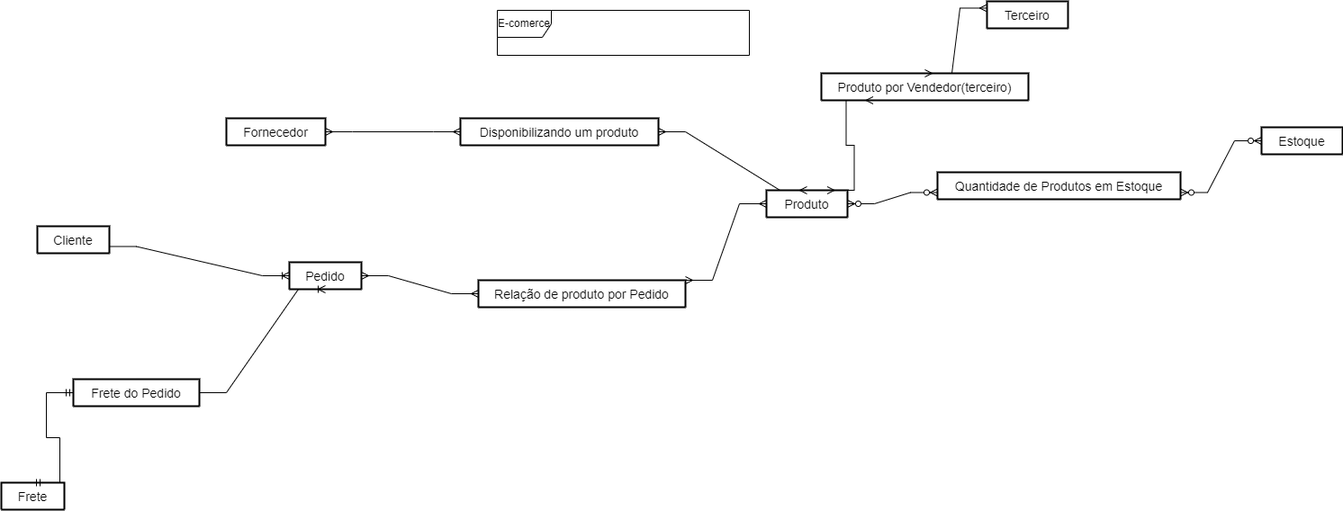
The draw.io diagram Diagrama sem nome.drawio.png in ruanDuarteDC/Modelos_de_BD, before a commit. Source tidied: cells renumbered, new cells last; positions are measured from the earlier drawing's top-left corner, leaving out a move shared by most shapes.
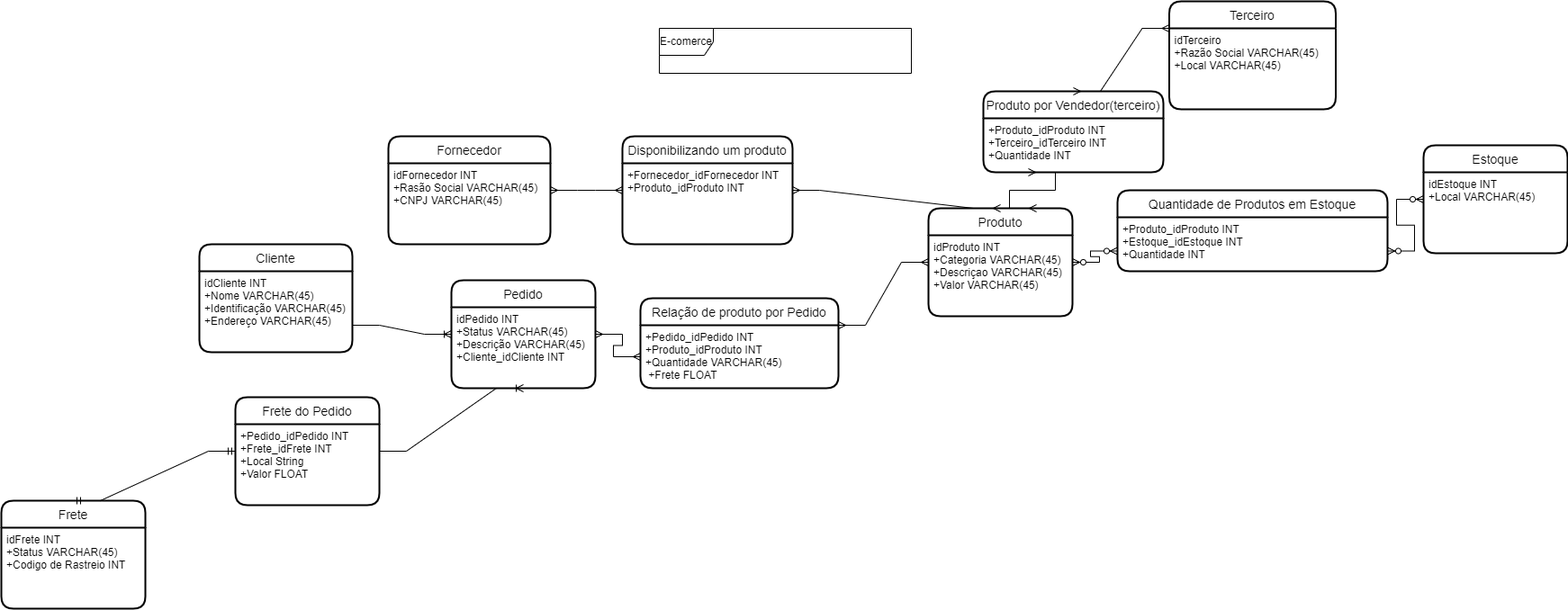
Later version of the same file.

What changed in the source:
```diff
@@ -5,27 +5,48 @@
     <mxCell id="2" value="E-comerce" style="shape=umlFrame;whiteSpace=wrap;html=1;" parent="1" vertex="1">
       <mxGeometry x="551" y="10" width="280" height="50" as="geometry" />
     </mxCell>
-    <mxCell id="3" value="Cliente" style="swimlane;horizontal=1;startSize=30;rounded=1;fontSize=14;fontStyle=0;strokeWidth=2;shadow=0;dashed=0;align=center;" parent="1" vertex="1" collapsed="1">
-      <mxGeometry x="40" y="250" width="80" height="30" as="geometry" />
+    <mxCell id="3" value="Cliente" style="swimlane;horizontal=1;startSize=30;rounded=1;fontSize=14;fontStyle=0;strokeWidth=2;shadow=0;dashed=0;align=center;" parent="1" vertex="1">
+      <mxGeometry x="40" y="250" width="170" height="120" as="geometry" />
     </mxCell>
+    <mxCell id="23" value="idCliente INT&#10;+Nome VARCHAR(45)&#10;+Identificação VARCHAR(45)&#10;+Endereço VARCHAR(45)" style="align=left;strokeColor=none;fillColor=none;spacingLeft=4;fontSize=12;verticalAlign=top;" parent="3" vertex="1">
+      <mxGeometry y="30" width="170" height="90" as="geometry" />
+    </mxCell>
-    <mxCell id="4" value="Pedido" style="swimlane;horizontal=1;startSize=30;rounded=1;fontSize=14;fontStyle=0;strokeWidth=2;shadow=0;dashed=0;align=center;" parent="1" vertex="1" collapsed="1">
-      <mxGeometry x="320" y="290" width="80" height="30" as="geometry" />
+    <mxCell id="4" value="Pedido" style="swimlane;horizontal=1;startSize=30;rounded=1;fontSize=14;fontStyle=0;strokeWidth=2;shadow=0;dashed=0;align=center;" parent="1" vertex="1">
+      <mxGeometry x="320" y="290" width="160" height="120" as="geometry" />
     </mxCell>
+    <mxCell id="24" value="idPedido INT&#10;+Status VARCHAR(45)&#10;+Descrição VARCHAR(45)&#10;+Cliente_idCliente INT&#10;" style="align=left;strokeColor=none;fillColor=none;spacingLeft=4;fontSize=12;verticalAlign=top;" parent="4" vertex="1">
+      <mxGeometry y="30" width="160" height="90" as="geometry" />
+    </mxCell>
-    <mxCell id="5" value="Produto" style="swimlane;horizontal=1;startSize=30;rounded=1;fontSize=14;fontStyle=0;strokeWidth=2;shadow=0;dashed=0;align=center;" parent="1" vertex="1" collapsed="1">
-      <mxGeometry x="850" y="210" width="90" height="30" as="geometry" />
+    <mxCell id="5" value="Produto" style="swimlane;horizontal=1;startSize=30;rounded=1;fontSize=14;fontStyle=0;strokeWidth=2;shadow=0;dashed=0;align=center;" parent="1" vertex="1">
+      <mxGeometry x="850" y="210" width="160" height="120" as="geometry" />
     </mxCell>
+    <mxCell id="25" value="idProduto INT&#10;+Categoria VARCHAR(45)&#10;+Descriçao VARCHAR(45)&#10;+Valor VARCHAR(45)" style="align=left;strokeColor=none;fillColor=none;spacingLeft=4;fontSize=12;verticalAlign=top;" parent="5" vertex="1">
+      <mxGeometry y="30" width="160" height="90" as="geometry" />
+    </mxCell>
-    <mxCell id="6" value="Fornecedor" style="swimlane;horizontal=1;startSize=30;rounded=1;fontSize=14;fontStyle=0;strokeWidth=2;shadow=0;dashed=0;align=center;" parent="1" vertex="1" collapsed="1">
-      <mxGeometry x="250" y="130" width="110" height="30" as="geometry" />
+    <mxCell id="6" value="Fornecedor" style="swimlane;horizontal=1;startSize=30;rounded=1;fontSize=14;fontStyle=0;strokeWidth=2;shadow=0;dashed=0;align=center;" parent="1" vertex="1">
+      <mxGeometry x="250" y="130" width="180" height="120" as="geometry" />
     </mxCell>
+    <mxCell id="26" value="idFornecedor INT&#10;+Rasão Social VARCHAR(45)&#10;+CNPJ VARCHAR(45)" style="align=left;strokeColor=none;fillColor=none;spacingLeft=4;fontSize=12;verticalAlign=top;" parent="6" vertex="1">
+      <mxGeometry y="30" width="180" height="90" as="geometry" />
+    </mxCell>
-    <mxCell id="7" value="Disponibilizando um produto" style="swimlane;horizontal=1;startSize=30;rounded=1;fontSize=14;fontStyle=0;strokeWidth=2;shadow=0;dashed=0;align=center;" parent="1" vertex="1" collapsed="1">
-      <mxGeometry x="510" y="130" width="220" height="30" as="geometry" />
+    <mxCell id="7" value="Disponibilizando um produto" style="swimlane;horizontal=1;startSize=30;rounded=1;fontSize=14;fontStyle=0;strokeWidth=2;shadow=0;dashed=0;align=center;" parent="1" vertex="1">
+      <mxGeometry x="510" y="130" width="189" height="120" as="geometry" />
     </mxCell>
+    <mxCell id="27" value="+Fornecedor_idFornecedor INT&#10;+Produto_idProduto INT" style="align=left;strokeColor=none;fillColor=none;spacingLeft=4;fontSize=12;verticalAlign=top;" parent="7" vertex="1">
+      <mxGeometry y="30" width="189" height="90" as="geometry" />
+    </mxCell>
-    <mxCell id="8" value="Estoque" style="swimlane;horizontal=1;startSize=30;rounded=1;fontSize=14;fontStyle=0;strokeWidth=2;shadow=0;dashed=0;align=center;" parent="1" vertex="1" collapsed="1">
-      <mxGeometry x="1400" y="140" width="90" height="30" as="geometry" />
+    <mxCell id="8" value="Estoque" style="swimlane;horizontal=1;startSize=30;rounded=1;fontSize=14;fontStyle=0;strokeWidth=2;shadow=0;dashed=0;align=center;" parent="1" vertex="1">
+      <mxGeometry x="1400" y="140" width="160" height="120" as="geometry" />
     </mxCell>
+    <mxCell id="28" value="idEstoque INT&#10;+Local VARCHAR(45)" style="align=left;strokeColor=none;fillColor=none;spacingLeft=4;fontSize=12;verticalAlign=top;" parent="8" vertex="1">
+      <mxGeometry y="30" width="160" height="90" as="geometry" />
+    </mxCell>
-    <mxCell id="9" value="Quantidade de Produtos em Estoque" style="swimlane;horizontal=1;startSize=30;rounded=1;fontSize=14;fontStyle=0;strokeWidth=2;shadow=0;dashed=0;align=center;" parent="1" vertex="1" collapsed="1">
-      <mxGeometry x="1040" y="190" width="270" height="30" as="geometry" />
+    <mxCell id="9" value="Quantidade de Produtos em Estoque" style="swimlane;horizontal=1;startSize=30;rounded=1;fontSize=14;fontStyle=0;strokeWidth=2;shadow=0;dashed=0;align=center;" parent="1" vertex="1">
+      <mxGeometry x="1060" y="190" width="300" height="90" as="geometry" />
     </mxCell>
+    <mxCell id="29" value="+Produto_idProduto INT&#10;+Estoque_idEstoque INT&#10;+Quantidade INT" style="align=left;strokeColor=none;fillColor=none;spacingLeft=4;fontSize=12;verticalAlign=top;" parent="9" vertex="1">
+      <mxGeometry y="30" width="300" height="60" as="geometry" />
+    </mxCell>
     <mxCell id="10" style="edgeStyle=entityRelationEdgeStyle;fontSize=12;html=1;endArrow=ERzeroToMany;endFill=1;startArrow=ERzeroToMany;rounded=0;entryX=0;entryY=0.75;entryDx=0;entryDy=0;" parent="1" edge="1" source="5" target="9">
       <mxGeometry relative="1" as="geometry" />
     </mxCell>
@@ -41,24 +62,48 @@
     <mxCell id="14" style="edgeStyle=entityRelationEdgeStyle;fontSize=12;html=1;endArrow=ERmany;startArrow=ERmany;rounded=0;entryX=0.5;entryY=0;entryDx=0;entryDy=0;exitX=1;exitY=0.5;exitDx=0;exitDy=0;" parent="1" edge="1" source="7" target="5">
       <mxGeometry relative="1" as="geometry" />
     </mxCell>
+    <mxCell id="30" style="edgeStyle=entityRelationEdgeStyle;fontSize=12;html=1;endArrow=ERmany;startArrow=ERmany;rounded=0;" parent="1" edge="1" source="4" target="31">
+      <mxGeometry relative="1" as="geometry" />
+    </mxCell>
-    <mxCell id="15" value="Relação de produto por Pedido" style="swimlane;horizontal=1;startSize=30;rounded=1;fontSize=14;fontStyle=0;strokeWidth=2;shadow=0;dashed=0;align=center;" parent="1" vertex="1" collapsed="1">
-      <mxGeometry x="530" y="310" width="230" height="30" as="geometry" />
+    <mxCell id="15" value="Relação de produto por Pedido" style="swimlane;horizontal=1;startSize=30;rounded=1;fontSize=14;fontStyle=0;strokeWidth=2;shadow=0;dashed=0;align=center;" parent="1" vertex="1">
+      <mxGeometry x="530" y="310" width="220" height="100" as="geometry" />
     </mxCell>
+    <mxCell id="31" value="+Pedido_idPedido INT&#10;+Produto_idProduto INT&#10;+Quantidade VARCHAR(45)&#10; +Frete FLOAT" style="align=left;strokeColor=none;fillColor=none;spacingLeft=4;fontSize=12;verticalAlign=top;" parent="15" vertex="1">
+      <mxGeometry y="30" width="220" height="70" as="geometry" />
+    </mxCell>
+    <mxCell id="32" style="edgeStyle=entityRelationEdgeStyle;fontSize=12;html=1;endArrow=ERmany;startArrow=ERmany;rounded=0;entryX=0;entryY=0.5;entryDx=0;entryDy=0;exitX=1;exitY=0;exitDx=0;exitDy=0;" parent="1" edge="1" source="31" target="5">
+      <mxGeometry relative="1" as="geometry" />
+    </mxCell>
-    <mxCell id="16" value="Terceiro" style="swimlane;horizontal=1;startSize=30;rounded=1;fontSize=14;fontStyle=0;strokeWidth=2;shadow=0;dashed=0;align=center;" parent="1" vertex="1" collapsed="1">
-      <mxGeometry x="1095" width="90" height="30" as="geometry" />
+    <mxCell id="16" value="Terceiro" style="swimlane;horizontal=1;startSize=30;rounded=1;fontSize=14;fontStyle=0;strokeWidth=2;shadow=0;dashed=0;align=center;" parent="1" vertex="1">
+      <mxGeometry x="1117.5" y="-20" width="185" height="120" as="geometry" />
     </mxCell>
+    <mxCell id="33" value="idTerceiro &#10;+Razão Social VARCHAR(45)&#10;+Local VARCHAR(45)" style="align=left;strokeColor=none;fillColor=none;spacingLeft=4;fontSize=12;verticalAlign=top;" parent="16" vertex="1">
+      <mxGeometry y="30" width="185" height="90" as="geometry" />
+    </mxCell>
-    <mxCell id="17" value="Produto por Vendedor(terceiro)" style="swimlane;horizontal=1;startSize=30;rounded=1;fontSize=14;fontStyle=0;strokeWidth=2;shadow=0;dashed=0;align=center;" parent="1" vertex="1" collapsed="1">
-      <mxGeometry x="911" y="80" width="230" height="30" as="geometry" />
+    <mxCell id="17" value="Produto por Vendedor(terceiro)" style="swimlane;horizontal=1;startSize=30;rounded=1;fontSize=14;fontStyle=0;strokeWidth=2;shadow=0;dashed=0;align=center;" parent="1" vertex="1">
+      <mxGeometry x="911" y="80" width="200" height="90" as="geometry" />
     </mxCell>
+    <mxCell id="34" value="+Produto_idProduto INT&#10;+Terceiro_idTerceiro INT&#10;+Quantidade INT" style="align=left;strokeColor=none;fillColor=none;spacingLeft=4;fontSize=12;verticalAlign=top;" parent="17" vertex="1">
+      <mxGeometry y="30" width="200" height="60" as="geometry" />
+    </mxCell>
+    <mxCell id="35" style="edgeStyle=entityRelationEdgeStyle;fontSize=12;html=1;endArrow=ERmany;startArrow=ERmany;rounded=0;entryX=0.25;entryY=1;entryDx=0;entryDy=0;exitX=0.75;exitY=0;exitDx=0;exitDy=0;" parent="1" edge="1" source="5" target="34">
+      <mxGeometry relative="1" as="geometry" />
+    </mxCell>
     <mxCell id="18" style="edgeStyle=entityRelationEdgeStyle;fontSize=12;html=1;endArrow=ERmany;startArrow=ERmany;rounded=0;entryX=0;entryY=0.25;entryDx=0;entryDy=0;exitX=0.5;exitY=0;exitDx=0;exitDy=0;" parent="1" edge="1" source="17" target="16">
       <mxGeometry relative="1" as="geometry" />
     </mxCell>
-    <mxCell id="19" value="Frete" style="swimlane;horizontal=1;startSize=30;rounded=1;fontSize=14;fontStyle=0;strokeWidth=2;shadow=0;dashed=0;align=center;" parent="1" vertex="1" collapsed="1">
-      <mxGeometry y="535" width="70" height="30" as="geometry" />
+    <mxCell id="19" value="Frete" style="swimlane;horizontal=1;startSize=30;rounded=1;fontSize=14;fontStyle=0;strokeWidth=2;shadow=0;dashed=0;align=center;" parent="1" vertex="1">
+      <mxGeometry x="-180" y="535" width="160" height="120" as="geometry" />
     </mxCell>
+    <mxCell id="36" value="idFrete INT&#10;+Status VARCHAR(45)&#10;+Codigo de Rastreio INT" style="align=left;strokeColor=none;fillColor=none;spacingLeft=4;fontSize=12;verticalAlign=top;" parent="19" vertex="1">
+      <mxGeometry y="30" width="160" height="90" as="geometry" />
+    </mxCell>
-    <mxCell id="20" value="Frete do Pedido" style="swimlane;horizontal=1;startSize=30;rounded=1;fontSize=14;fontStyle=0;strokeWidth=2;shadow=0;dashed=0;align=center;" parent="1" vertex="1" collapsed="1">
-      <mxGeometry x="80" y="420" width="140" height="30" as="geometry" />
+    <mxCell id="20" value="Frete do Pedido" style="swimlane;horizontal=1;startSize=30;rounded=1;fontSize=14;fontStyle=0;strokeWidth=2;shadow=0;dashed=0;align=center;" parent="1" vertex="1">
+      <mxGeometry x="80" y="420" width="160" height="120" as="geometry" />
     </mxCell>
+    <mxCell id="37" value="+Pedido_idPedido INT&#10;+Frete_idFrete INT&#10;+Local String&#10;+Valor FLOAT" style="align=left;strokeColor=none;fillColor=none;spacingLeft=4;fontSize=12;verticalAlign=top;" parent="20" vertex="1">
+      <mxGeometry y="30" width="160" height="90" as="geometry" />
+    </mxCell>
     <mxCell id="21" style="edgeStyle=entityRelationEdgeStyle;fontSize=12;html=1;endArrow=ERoneToMany;rounded=0;entryX=0.5;entryY=1;entryDx=0;entryDy=0;exitX=1;exitY=0.5;exitDx=0;exitDy=0;" parent="1" edge="1" source="20" target="4">
       <mxGeometry relative="1" as="geometry" />
     </mxCell>
```
